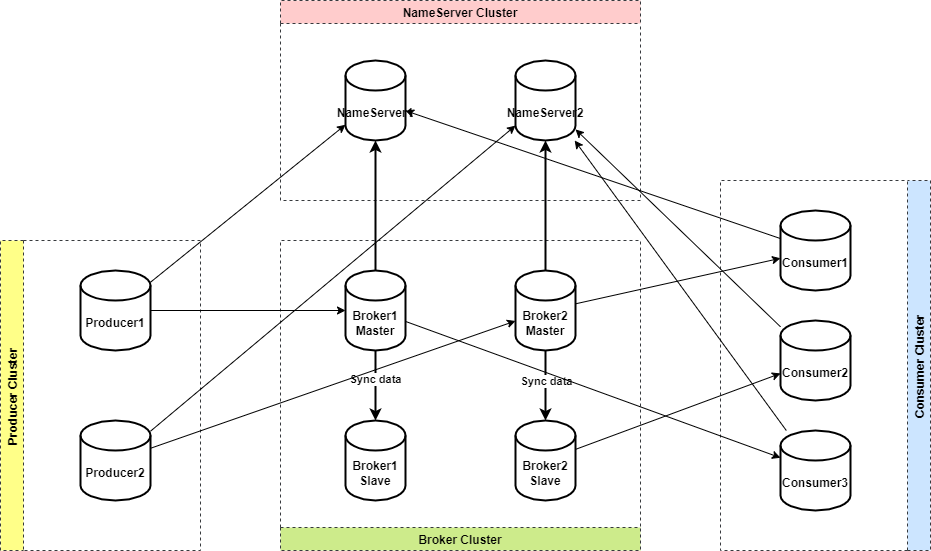
This is assets/rocketmq_struct.drawio.png from HScarb/knowledge, a draw.io export, as it was before one commit. Source tidied: cells renumbered, new cells last; positions are measured from the earlier drawing's top-left corner, leaving out a move shared by most shapes. Its diagram source:
```xml
<mxGraphModel>
  <root>
    <mxCell id="0" />
    <mxCell id="1" parent="0" />
    <mxCell id="2" value="NameServer Cluster" style="swimlane;fontStyle=1;strokeWidth=1;dashed=1;fillColor=#ffcccc;strokeColor=#36393d;" parent="1" vertex="1">
      <mxGeometry x="280" width="360" height="200" as="geometry" />
    </mxCell>
    <mxCell id="3" value="NameServer1" style="shape=cylinder3;whiteSpace=wrap;html=1;boundedLbl=1;backgroundOutline=1;size=15;fontStyle=1;strokeWidth=2;" parent="2" vertex="1">
      <mxGeometry x="65" y="60" width="60" height="80" as="geometry" />
    </mxCell>
    <mxCell id="4" value="NameServer2" style="shape=cylinder3;whiteSpace=wrap;html=1;boundedLbl=1;backgroundOutline=1;size=15;fontStyle=1;strokeWidth=2;" parent="2" vertex="1">
      <mxGeometry x="235" y="60" width="60" height="80" as="geometry" />
    </mxCell>
    <mxCell id="5" value="Producer Cluster" style="swimlane;horizontal=0;fontStyle=1;strokeWidth=1;dashed=1;fillColor=#ffff88;strokeColor=#36393d;" parent="1" vertex="1">
      <mxGeometry y="240" width="200" height="310" as="geometry" />
    </mxCell>
    <mxCell id="6" value="Producer1" style="shape=cylinder3;whiteSpace=wrap;html=1;boundedLbl=1;backgroundOutline=1;size=15;fontStyle=1;strokeWidth=2;" parent="5" vertex="1">
      <mxGeometry x="80" y="30" width="70" height="80" as="geometry" />
    </mxCell>
    <mxCell id="7" value="Producer2" style="shape=cylinder3;whiteSpace=wrap;html=1;boundedLbl=1;backgroundOutline=1;size=15;fontStyle=1;strokeWidth=2;" parent="5" vertex="1">
      <mxGeometry x="80" y="180" width="70" height="80" as="geometry" />
    </mxCell>
    <mxCell id="8" value="Consumer Cluster" style="swimlane;horizontal=0;flipH=0;flipV=0;direction=west;fontStyle=1;strokeWidth=1;dashed=1;fillColor=#cce5ff;strokeColor=#36393d;" parent="1" vertex="1">
      <mxGeometry x="720" y="180" width="210" height="370" as="geometry" />
    </mxCell>
    <mxCell id="9" value="Consumer1" style="shape=cylinder3;whiteSpace=wrap;html=1;boundedLbl=1;backgroundOutline=1;size=15;fontStyle=1;strokeWidth=2;" parent="8" vertex="1">
      <mxGeometry x="60" y="30" width="70" height="80" as="geometry" />
    </mxCell>
    <mxCell id="10" value="Consumer2" style="shape=cylinder3;whiteSpace=wrap;html=1;boundedLbl=1;backgroundOutline=1;size=15;fontStyle=1;strokeWidth=2;" parent="8" vertex="1">
      <mxGeometry x="60" y="140" width="70" height="80" as="geometry" />
    </mxCell>
    <mxCell id="11" value="Consumer3" style="shape=cylinder3;whiteSpace=wrap;html=1;boundedLbl=1;backgroundOutline=1;size=15;fontStyle=1;strokeWidth=2;" parent="8" vertex="1">
      <mxGeometry x="60" y="250" width="70" height="80" as="geometry" />
    </mxCell>
    <mxCell id="12" value="Broker Cluster" style="swimlane;flipV=1;fontStyle=1;strokeWidth=1;dashed=1;fillColor=#cdeb8b;strokeColor=#36393d;" parent="1" vertex="1">
      <mxGeometry x="280" y="240" width="360" height="310" as="geometry" />
    </mxCell>
    <mxCell id="13" style="edgeStyle=none;html=1;fontStyle=1;strokeWidth=2;" parent="12" edge="1" source="15" target="16">
      <mxGeometry relative="1" as="geometry" />
    </mxCell>
    <mxCell id="14" value="Sync data" style="edgeLabel;html=1;align=center;verticalAlign=middle;fontStyle=1;" parent="13" vertex="1">
      <mxGeometry x="-0.19" y="-1" relative="1" as="geometry" />
    </mxCell>
    <mxCell id="15" value="Broker1&lt;br&gt;Master" style="shape=cylinder3;whiteSpace=wrap;html=1;boundedLbl=1;backgroundOutline=1;size=15;fontStyle=1;strokeWidth=2;" parent="12" vertex="1">
      <mxGeometry x="65" y="30" width="60" height="80" as="geometry" />
    </mxCell>
    <mxCell id="16" value="Broker1&lt;br&gt;Slave" style="shape=cylinder3;whiteSpace=wrap;html=1;boundedLbl=1;backgroundOutline=1;size=15;fontStyle=1;strokeWidth=2;" parent="12" vertex="1">
      <mxGeometry x="65" y="180" width="60" height="80" as="geometry" />
    </mxCell>
    <mxCell id="17" style="edgeStyle=none;html=1;fontStyle=1;strokeWidth=2;" parent="12" edge="1" source="19" target="20">
      <mxGeometry relative="1" as="geometry" />
    </mxCell>
    <mxCell id="18" value="Sync data" style="edgeLabel;html=1;align=center;verticalAlign=middle;fontStyle=1;" parent="17" vertex="1">
      <mxGeometry x="-0.15" relative="1" as="geometry" />
    </mxCell>
    <mxCell id="19" value="Broker2&lt;br&gt;Master" style="shape=cylinder3;whiteSpace=wrap;html=1;boundedLbl=1;backgroundOutline=1;size=15;fontStyle=1;strokeWidth=2;" parent="12" vertex="1">
      <mxGeometry x="235" y="30" width="60" height="80" as="geometry" />
    </mxCell>
    <mxCell id="20" value="Broker2&lt;br&gt;Slave" style="shape=cylinder3;whiteSpace=wrap;html=1;boundedLbl=1;backgroundOutline=1;size=15;fontStyle=1;strokeWidth=2;" parent="12" vertex="1">
      <mxGeometry x="235" y="180" width="60" height="80" as="geometry" />
    </mxCell>
    <mxCell id="21" style="edgeStyle=none;html=1;strokeWidth=2;" parent="1" edge="1" source="19" target="4">
      <mxGeometry relative="1" as="geometry" />
    </mxCell>
    <mxCell id="22" style="edgeStyle=orthogonalEdgeStyle;curved=1;html=1;strokeWidth=2;" parent="1" edge="1" source="15" target="3">
      <mxGeometry relative="1" as="geometry" />
    </mxCell>
    <mxCell id="23" style="html=1;strokeWidth=1;" parent="1" edge="1" source="19" target="9">
      <mxGeometry relative="1" as="geometry" />
    </mxCell>
    <mxCell id="24" style="html=1;fontSize=13;strokeWidth=1;" parent="1" edge="1" source="20" target="10">
      <mxGeometry relative="1" as="geometry" />
    </mxCell>
    <mxCell id="25" style="edgeStyle=orthogonalEdgeStyle;curved=1;html=1;fontSize=13;strokeWidth=1;" parent="1" edge="1" source="6" target="15">
      <mxGeometry relative="1" as="geometry" />
    </mxCell>
    <mxCell id="26" style="html=1;fontSize=13;strokeWidth=1;" parent="1" edge="1" source="7" target="19">
      <mxGeometry relative="1" as="geometry" />
    </mxCell>
    <mxCell id="27" style="edgeStyle=none;html=1;fontSize=13;strokeWidth=1;" parent="1" edge="1" source="6" target="3">
      <mxGeometry relative="1" as="geometry" />
    </mxCell>
    <mxCell id="28" style="edgeStyle=none;html=1;fontSize=13;strokeWidth=1;" parent="1" edge="1" source="7" target="4">
      <mxGeometry relative="1" as="geometry" />
    </mxCell>
    <mxCell id="29" style="edgeStyle=none;html=1;fontSize=13;strokeWidth=1;" parent="1" edge="1" source="9" target="3">
      <mxGeometry relative="1" as="geometry" />
    </mxCell>
    <mxCell id="30" style="edgeStyle=none;html=1;fontSize=13;strokeWidth=1;" parent="1" edge="1" source="10" target="4">
      <mxGeometry relative="1" as="geometry" />
    </mxCell>
    <mxCell id="31" style="edgeStyle=none;html=1;fontSize=13;strokeWidth=1;" parent="1" edge="1" source="11" target="4">
      <mxGeometry relative="1" as="geometry" />
    </mxCell>
    <mxCell id="32" style="edgeStyle=none;html=1;fontSize=13;strokeWidth=1;" parent="1" edge="1" source="15" target="11">
      <mxGeometry relative="1" as="geometry" />
    </mxCell>
  </root>
</mxGraphModel>
```
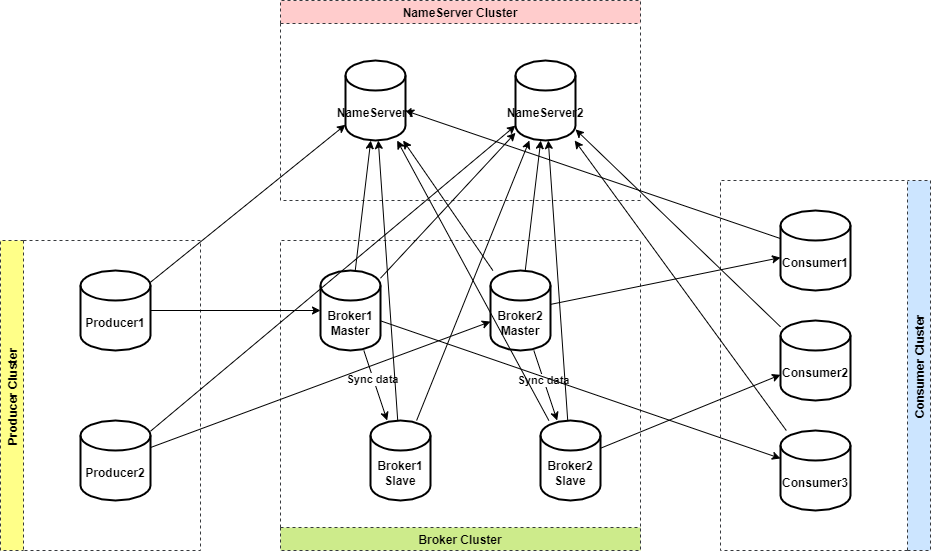
After the change.

What changed in the source:
```diff
@@ -35,34 +35,34 @@
     <mxCell id="12" value="Broker Cluster" style="swimlane;flipV=1;fontStyle=1;strokeWidth=1;dashed=1;fillColor=#cdeb8b;strokeColor=#36393d;" parent="1" vertex="1">
       <mxGeometry x="280" y="240" width="360" height="310" as="geometry" />
     </mxCell>
-    <mxCell id="13" style="edgeStyle=none;html=1;fontStyle=1;strokeWidth=2;" parent="12" edge="1" source="15" target="16">
+    <mxCell id="13" style="edgeStyle=none;html=1;fontStyle=1;strokeWidth=1;" parent="12" edge="1" source="15" target="16">
       <mxGeometry relative="1" as="geometry" />
     </mxCell>
     <mxCell id="14" value="Sync data" style="edgeLabel;html=1;align=center;verticalAlign=middle;fontStyle=1;" parent="13" vertex="1">
       <mxGeometry x="-0.19" y="-1" relative="1" as="geometry" />
     </mxCell>
     <mxCell id="15" value="Broker1&lt;br&gt;Master" style="shape=cylinder3;whiteSpace=wrap;html=1;boundedLbl=1;backgroundOutline=1;size=15;fontStyle=1;strokeWidth=2;" parent="12" vertex="1">
-      <mxGeometry x="65" y="30" width="60" height="80" as="geometry" />
+      <mxGeometry x="40" y="30" width="60" height="80" as="geometry" />
     </mxCell>
     <mxCell id="16" value="Broker1&lt;br&gt;Slave" style="shape=cylinder3;whiteSpace=wrap;html=1;boundedLbl=1;backgroundOutline=1;size=15;fontStyle=1;strokeWidth=2;" parent="12" vertex="1">
-      <mxGeometry x="65" y="180" width="60" height="80" as="geometry" />
+      <mxGeometry x="90" y="180" width="60" height="80" as="geometry" />
     </mxCell>
-    <mxCell id="17" style="edgeStyle=none;html=1;fontStyle=1;strokeWidth=2;" parent="12" edge="1" source="19" target="20">
+    <mxCell id="17" style="edgeStyle=none;html=1;fontStyle=1;strokeWidth=1;" parent="12" edge="1" source="19" target="20">
       <mxGeometry relative="1" as="geometry" />
     </mxCell>
     <mxCell id="18" value="Sync data" style="edgeLabel;html=1;align=center;verticalAlign=middle;fontStyle=1;" parent="17" vertex="1">
       <mxGeometry x="-0.15" relative="1" as="geometry" />
     </mxCell>
     <mxCell id="19" value="Broker2&lt;br&gt;Master" style="shape=cylinder3;whiteSpace=wrap;html=1;boundedLbl=1;backgroundOutline=1;size=15;fontStyle=1;strokeWidth=2;" parent="12" vertex="1">
-      <mxGeometry x="235" y="30" width="60" height="80" as="geometry" />
+      <mxGeometry x="210" y="30" width="60" height="80" as="geometry" />
     </mxCell>
     <mxCell id="20" value="Broker2&lt;br&gt;Slave" style="shape=cylinder3;whiteSpace=wrap;html=1;boundedLbl=1;backgroundOutline=1;size=15;fontStyle=1;strokeWidth=2;" parent="12" vertex="1">
-      <mxGeometry x="235" y="180" width="60" height="80" as="geometry" />
+      <mxGeometry x="260" y="180" width="60" height="80" as="geometry" />
     </mxCell>
-    <mxCell id="21" style="edgeStyle=none;html=1;strokeWidth=2;" parent="1" edge="1" source="19" target="4">
+    <mxCell id="21" style="edgeStyle=none;html=1;strokeWidth=1;" parent="1" edge="1" source="19" target="4">
       <mxGeometry relative="1" as="geometry" />
     </mxCell>
-    <mxCell id="22" style="edgeStyle=orthogonalEdgeStyle;curved=1;html=1;strokeWidth=2;" parent="1" edge="1" source="15" target="3">
+    <mxCell id="22" style="html=1;strokeWidth=1;" parent="1" edge="1" source="15" target="3">
       <mxGeometry relative="1" as="geometry" />
     </mxCell>
     <mxCell id="23" style="html=1;strokeWidth=1;" parent="1" edge="1" source="19" target="9">
@@ -95,5 +95,23 @@
     <mxCell id="32" style="edgeStyle=none;html=1;fontSize=13;strokeWidth=1;" parent="1" edge="1" source="15" target="11">
       <mxGeometry relative="1" as="geometry" />
     </mxCell>
+    <mxCell id="33" style="edgeStyle=none;html=1;strokeWidth=1;" parent="1" edge="1" source="16" target="3">
+      <mxGeometry relative="1" as="geometry" />
+    </mxCell>
+    <mxCell id="34" style="edgeStyle=none;html=1;strokeWidth=1;" parent="1" edge="1" source="20" target="4">
+      <mxGeometry relative="1" as="geometry" />
+    </mxCell>
+    <mxCell id="35" style="edgeStyle=none;html=1;strokeWidth=1;" parent="1" edge="1" source="15" target="4">
+      <mxGeometry relative="1" as="geometry" />
+    </mxCell>
+    <mxCell id="36" style="edgeStyle=none;html=1;strokeWidth=1;" parent="1" edge="1" source="19" target="3">
+      <mxGeometry relative="1" as="geometry" />
+    </mxCell>
+    <mxCell id="37" style="edgeStyle=none;html=1;strokeWidth=1;" parent="1" edge="1" source="16" target="4">
+      <mxGeometry relative="1" as="geometry" />
+    </mxCell>
+    <mxCell id="38" style="edgeStyle=none;html=1;strokeWidth=1;" parent="1" edge="1" source="20" target="3">
+      <mxGeometry relative="1" as="geometry" />
+    </mxCell>
   </root>
 </mxGraphModel>
```
